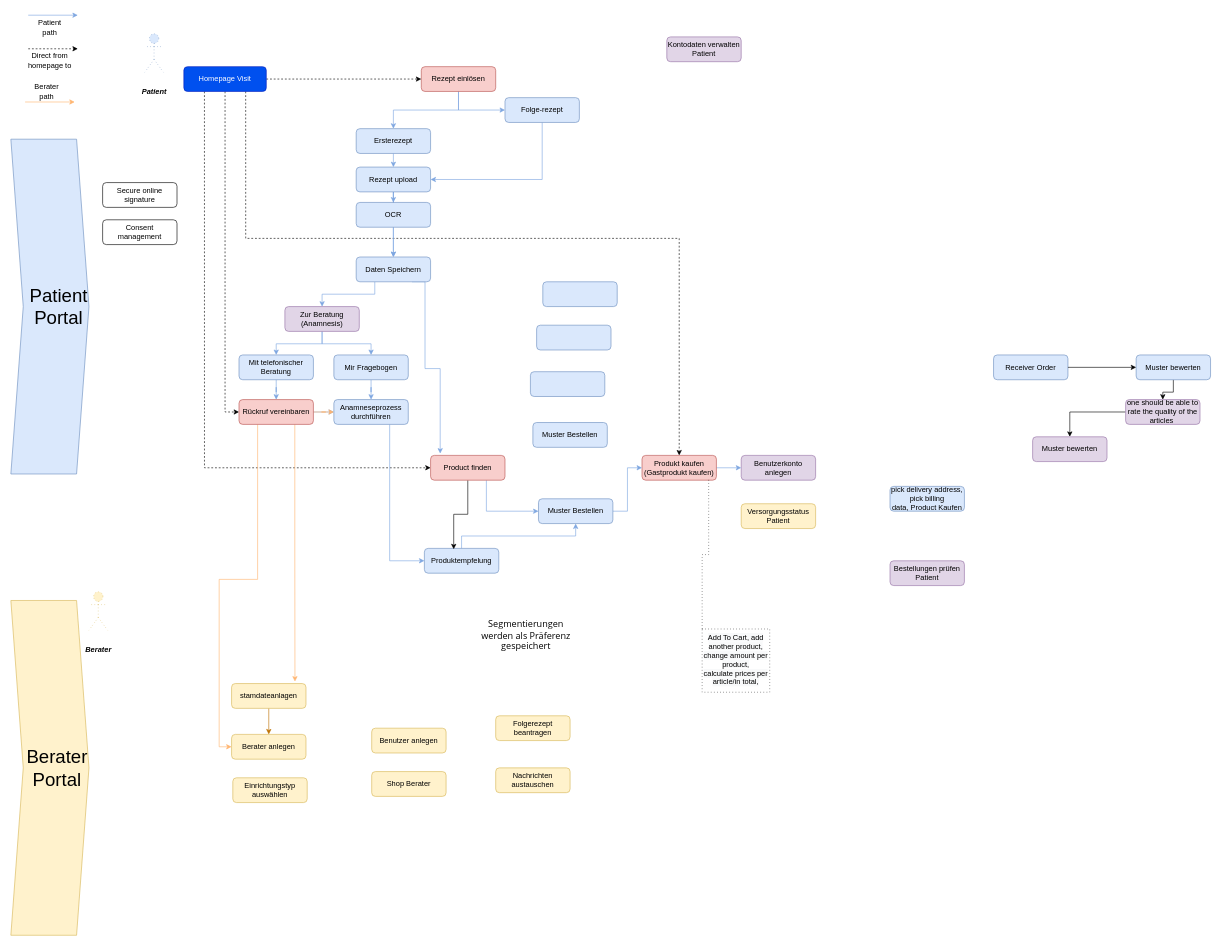
This is page "Overview" (1 of 9) of Untitled Diagram.drawio from Fredabb/MediMark-roadmap, a draw.io file, before an edit. Source tidied: cells renumbered, new cells numbered last; positions are measured from the earlier drawing's top-left corner, leaving out a move shared by most shapes. Both pictures are drawn from the tidied source at 62%, with x=0, y=0 at pixel (11, 15).
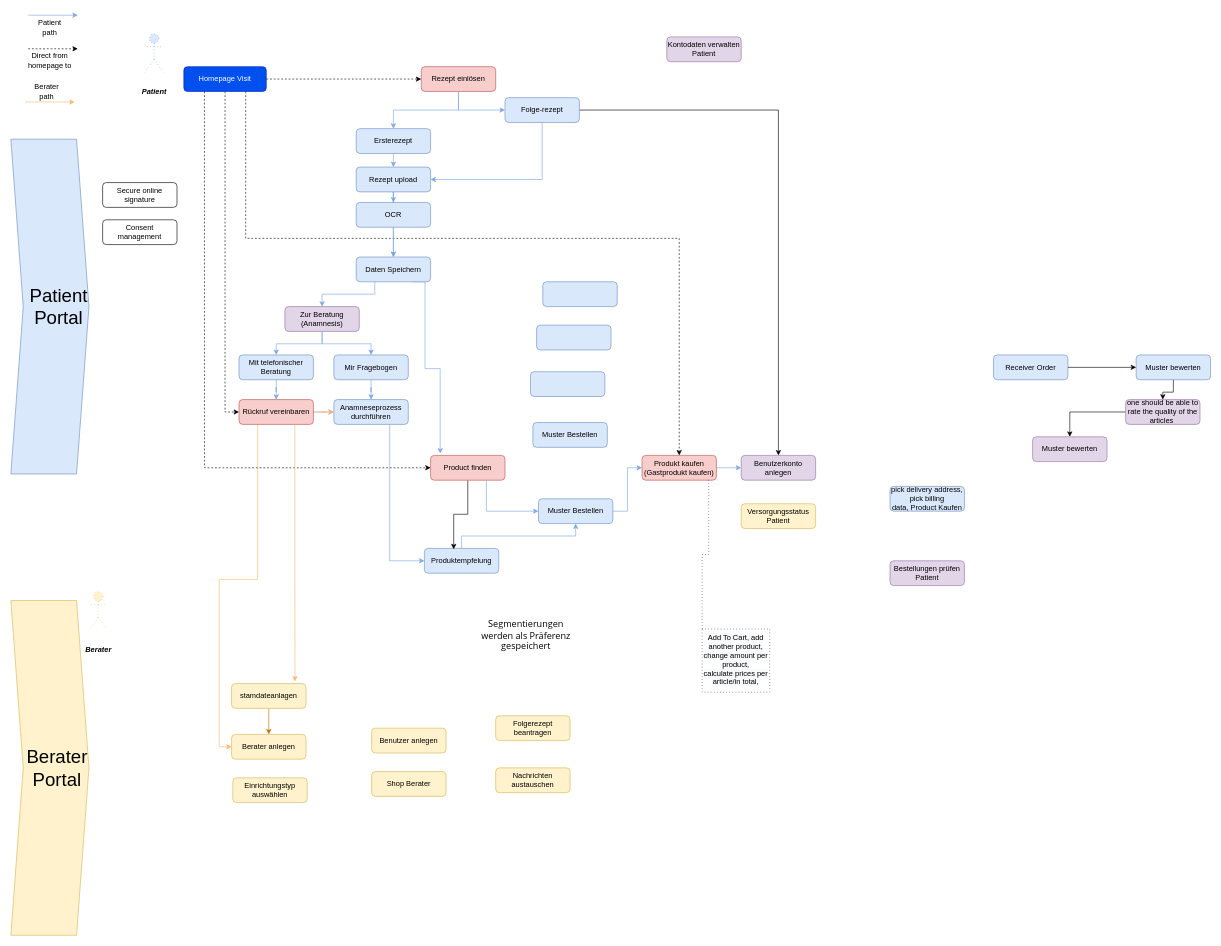
The same diagram, later.

The change refers to these unchanged cells:
```xml
<mxCell id="11" value="Folge-rezept" style="rounded=1;whiteSpace=wrap;html=1;fontSize=12;glass=0;strokeWidth=1;shadow=0;fillColor=#dae8fc;strokeColor=#6c8ebf;" parent="1" vertex="1">
  <mxGeometry x="797" y="133" width="120" height="40" as="geometry" />
</mxCell>
<mxCell id="49" value="Benutzerkonto anlegen" style="rounded=1;whiteSpace=wrap;html=1;fontSize=12;glass=0;strokeWidth=1;shadow=0;fillColor=#e1d5e7;strokeColor=#9673a6;" parent="1" vertex="1">
  <mxGeometry x="1178" y="710" width="120" height="40" as="geometry" />
</mxCell>
```

The edit, as a diff of the source:
```diff
@@
+    <mxCell id="84" style="edgeStyle=orthogonalEdgeStyle;rounded=0;jettySize=auto;html=1;exitX=1;exitY=0.5;exitDx=0;exitDy=0;" parent="1" edge="1" source="11" target="49">
+      <mxGeometry relative="1" as="geometry" />
+    </mxCell>
```
